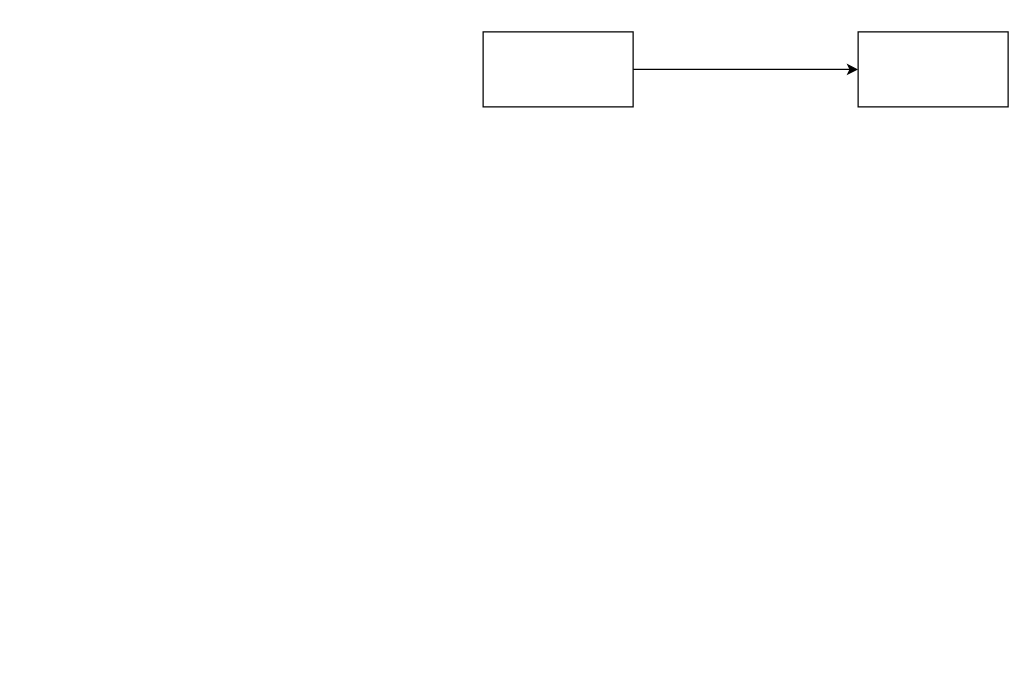
This is test.drawio from gzwine/fashen, a draw.io file, before an edit. Source tidied: cells renumbered, new cells numbered last; positions are measured from the earlier drawing's top-left corner, leaving out a move shared by most shapes. Both pictures are drawn from the tidied source at 125%, with x=0, y=0 at pixel (482, 31). Pictures stored in the file or linked from it are replaced by grey dashed boxes.
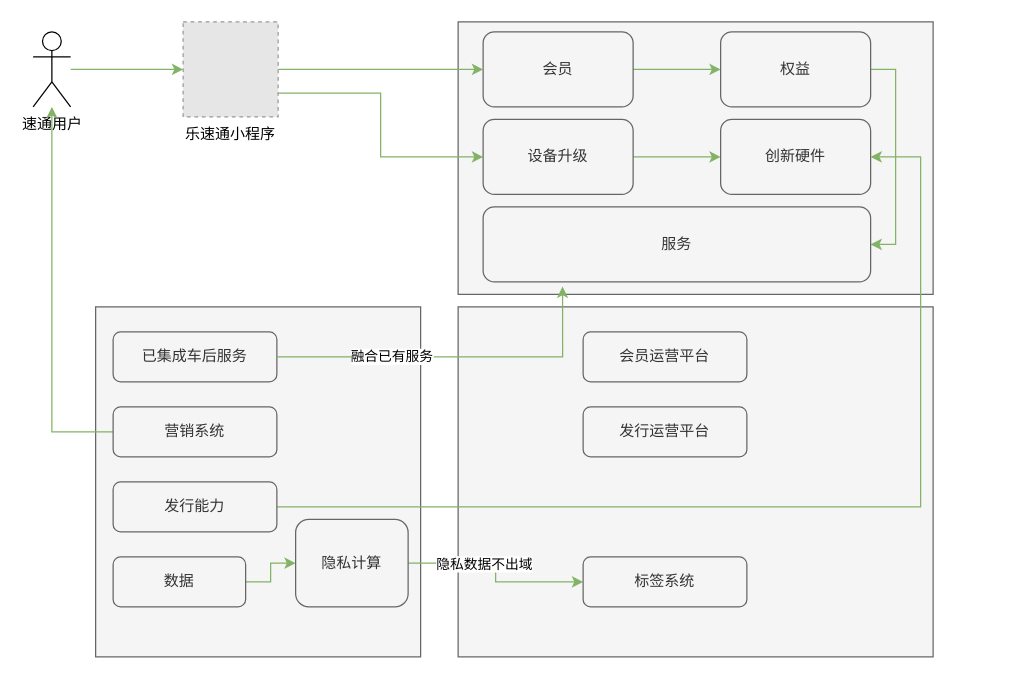
Above is the later version.

The edit, as a diff of the source:
```diff
@@
-    <mxCell id="2" style="edgeStyle=orthogonalEdgeStyle;rounded=0;jettySize=auto;html=1;exitX=1;exitY=0.5;exitDx=0;exitDy=0;entryX=0;entryY=0.5;entryDx=0;entryDy=0;" parent="1" edge="1" source="3" target="4">
-      <mxGeometry relative="1" as="geometry" />
-    </mxCell>
+    <mxCell id="5" style="rounded=0;whiteSpace=wrap;html=1;glass=0;strokeColor=#666666;align=center;verticalAlign=middle;fontFamily=Helvetica;fontSize=11;fontColor=default;labelBackgroundColor=default;fillColor=#f5f5f5;" parent="1" vertex="1">
+      <mxGeometry x="-20" y="-8" width="380" height="218" as="geometry" />
+    </mxCell>
+    <mxCell id="6" style="edgeStyle=orthogonalEdgeStyle;shape=connector;rounded=0;jettySize=auto;html=1;exitX=1;exitY=0.5;exitDx=0;exitDy=0;entryX=0;entryY=0.5;entryDx=0;entryDy=0;strokeColor=#82b366;align=center;verticalAlign=middle;fontFamily=Helvetica;fontSize=11;fontColor=default;labelBackgroundColor=default;endArrow=classic;flowAnimation=1;fillColor=#d5e8d4;" parent="1" edge="1" source="3" target="13">
+      <mxGeometry relative="1" as="geometry" />
+    </mxCell>
-    <mxCell id="3" style="rounded=0;whiteSpace=wrap;html=1;" parent="1" vertex="1">
+    <mxCell id="3" value="会员" style="rounded=1;whiteSpace=wrap;html=1;glass=0;fillColor=#f5f5f5;strokeColor=#666666;fontColor=#333333;" parent="1" vertex="1">
       <mxGeometry width="120" height="60" as="geometry" />
     </mxCell>
-    <mxCell id="4" style="rounded=0;whiteSpace=wrap;html=1;" parent="1" vertex="1">
-      <mxGeometry x="300" width="120" height="60" as="geometry" />
-    </mxCell>
+    <mxCell id="7" style="edgeStyle=orthogonalEdgeStyle;shape=connector;rounded=0;jettySize=auto;html=1;exitX=1;exitY=0.5;exitDx=0;exitDy=0;entryX=0;entryY=0.5;entryDx=0;entryDy=0;strokeColor=#82b366;align=center;verticalAlign=middle;fontFamily=Helvetica;fontSize=11;fontColor=default;labelBackgroundColor=default;endArrow=classic;flowAnimation=1;fillColor=#d5e8d4;" parent="1" edge="1" source="9" target="3">
+      <mxGeometry relative="1" as="geometry" />
+    </mxCell>
+    <mxCell id="8" style="edgeStyle=orthogonalEdgeStyle;shape=connector;rounded=0;jettySize=auto;html=1;exitX=1;exitY=0.75;exitDx=0;exitDy=0;entryX=0;entryY=0.5;entryDx=0;entryDy=0;strokeColor=#82b366;align=center;verticalAlign=middle;fontFamily=Helvetica;fontSize=11;fontColor=default;labelBackgroundColor=default;endArrow=classic;flowAnimation=1;fillColor=#d5e8d4;" parent="1" edge="1" source="9" target="15">
+      <mxGeometry relative="1" as="geometry" />
+    </mxCell>
+    <mxCell id="9" value="乐速通小程序" style="fillColor=#E6E6E6;strokeColor=#999999;dashed=1;verticalLabelPosition=bottom;labelBackgroundColor=default;verticalAlign=top;" parent="1" vertex="1">
+      <mxGeometry x="-240" y="-8" width="76" height="76" as="geometry" />
+    </mxCell>
+    <mxCell id="10" style="edgeStyle=orthogonalEdgeStyle;rounded=0;jettySize=auto;html=1;entryX=0;entryY=0.5;entryDx=0;entryDy=0;flowAnimation=1;fillColor=#d5e8d4;strokeColor=#82b366;" parent="1" edge="1" source="11" target="9">
+      <mxGeometry relative="1" as="geometry" />
+    </mxCell>
+    <mxCell id="11" value="速通用户" style="shape=umlActor;verticalLabelPosition=bottom;verticalAlign=top;html=1;outlineConnect=0;" parent="1" vertex="1">
+      <mxGeometry x="-360" width="30" height="60" as="geometry" />
+    </mxCell>
+    <mxCell id="12" style="edgeStyle=orthogonalEdgeStyle;shape=connector;rounded=0;jettySize=auto;html=1;exitX=1;exitY=0.5;exitDx=0;exitDy=0;entryX=1;entryY=0.5;entryDx=0;entryDy=0;strokeColor=#82b366;align=center;verticalAlign=middle;fontFamily=Helvetica;fontSize=11;fontColor=default;labelBackgroundColor=default;endArrow=classic;flowAnimation=1;fillColor=#d5e8d4;" parent="1" edge="1" source="13" target="17">
+      <mxGeometry relative="1" as="geometry" />
+    </mxCell>
+    <mxCell id="13" value="权益" style="rounded=1;whiteSpace=wrap;html=1;glass=0;fillColor=#f5f5f5;strokeColor=#666666;fontColor=#333333;" parent="1" vertex="1">
+      <mxGeometry x="190" width="120" height="60" as="geometry" />
+    </mxCell>
+    <mxCell id="14" style="edgeStyle=orthogonalEdgeStyle;shape=connector;rounded=0;jettySize=auto;html=1;exitX=1;exitY=0.5;exitDx=0;exitDy=0;entryX=0;entryY=0.5;entryDx=0;entryDy=0;strokeColor=#82b366;align=center;verticalAlign=middle;fontFamily=Helvetica;fontSize=11;fontColor=default;labelBackgroundColor=default;endArrow=classic;flowAnimation=1;fillColor=#d5e8d4;" parent="1" edge="1" source="15" target="16">
+      <mxGeometry relative="1" as="geometry" />
+    </mxCell>
+    <mxCell id="15" value="设备升级" style="rounded=1;whiteSpace=wrap;html=1;glass=0;fillColor=#f5f5f5;strokeColor=#666666;fontColor=#333333;" parent="1" vertex="1">
+      <mxGeometry y="70" width="120" height="60" as="geometry" />
+    </mxCell>
+    <mxCell id="16" value="创新硬件" style="rounded=1;whiteSpace=wrap;html=1;glass=0;fillColor=#f5f5f5;strokeColor=#666666;fontColor=#333333;" parent="1" vertex="1">
+      <mxGeometry x="190" y="70" width="120" height="60" as="geometry" />
+    </mxCell>
+    <mxCell id="17" value="服务" style="rounded=1;whiteSpace=wrap;html=1;glass=0;fillColor=#f5f5f5;strokeColor=#666666;fontColor=#333333;" parent="1" vertex="1">
+      <mxGeometry y="140" width="310" height="60" as="geometry" />
+    </mxCell>
+    <mxCell id="18" style="rounded=0;whiteSpace=wrap;html=1;glass=0;strokeColor=#666666;align=center;verticalAlign=middle;fontFamily=Helvetica;fontSize=11;fontColor=default;labelBackgroundColor=default;fillColor=#f5f5f5;" parent="1" vertex="1">
+      <mxGeometry x="-310" y="220" width="260" height="280" as="geometry" />
+    </mxCell>
+    <mxCell id="19" value="已集成车后服务" style="rounded=1;whiteSpace=wrap;html=1;glass=0;fillColor=#f5f5f5;strokeColor=#666666;fontColor=#333333;" parent="1" vertex="1">
+      <mxGeometry x="-296" y="240" width="131" height="40" as="geometry" />
+    </mxCell>
+    <mxCell id="20" style="rounded=0;whiteSpace=wrap;html=1;glass=0;strokeColor=#666666;align=center;verticalAlign=middle;fontFamily=Helvetica;fontSize=11;fontColor=default;labelBackgroundColor=default;fillColor=#f5f5f5;" parent="1" vertex="1">
+      <mxGeometry x="-20" y="220" width="380" height="280" as="geometry" />
+    </mxCell>
+    <mxCell id="21" style="edgeStyle=orthogonalEdgeStyle;shape=connector;rounded=0;jettySize=auto;html=1;strokeColor=#82b366;align=center;verticalAlign=middle;fontFamily=Helvetica;fontSize=11;fontColor=default;labelBackgroundColor=default;endArrow=classic;flowAnimation=1;fillColor=#d5e8d4;" parent="1" edge="1" source="22" target="11">
+      <mxGeometry relative="1" as="geometry" />
+    </mxCell>
+    <mxCell id="22" value="营销系统" style="rounded=1;whiteSpace=wrap;html=1;glass=0;fillColor=#f5f5f5;strokeColor=#666666;fontColor=#333333;" parent="1" vertex="1">
+      <mxGeometry x="-296" y="300" width="131" height="40" as="geometry" />
+    </mxCell>
+    <mxCell id="23" style="edgeStyle=orthogonalEdgeStyle;shape=connector;rounded=0;jettySize=auto;html=1;entryX=0.205;entryY=1.063;entryDx=0;entryDy=0;entryPerimeter=0;strokeColor=#82b366;align=center;verticalAlign=middle;fontFamily=Helvetica;fontSize=11;fontColor=default;labelBackgroundColor=default;endArrow=classic;flowAnimation=1;fillColor=#d5e8d4;" parent="1" edge="1" source="19" target="17">
+      <mxGeometry relative="1" as="geometry" />
+    </mxCell>
+    <mxCell id="24" value="融合已有服务" style="edgeLabel;html=1;align=center;verticalAlign=middle;rounded=1;glass=0;strokeColor=#666666;fontFamily=Helvetica;fontSize=11;fontColor=default;labelBackgroundColor=default;fillColor=#f5f5f5;" parent="23" vertex="1">
+      <mxGeometry x="-0.36" y="1" relative="1" as="geometry" />
+    </mxCell>
+    <mxCell id="25" style="edgeStyle=orthogonalEdgeStyle;shape=connector;rounded=0;jettySize=auto;html=1;entryX=1;entryY=0.5;entryDx=0;entryDy=0;strokeColor=#82b366;align=center;verticalAlign=middle;fontFamily=Helvetica;fontSize=11;fontColor=default;labelBackgroundColor=default;endArrow=classic;flowAnimation=1;fillColor=#d5e8d4;" parent="1" edge="1" source="26" target="16">
+      <mxGeometry relative="1" as="geometry">
+        <Array as="points">
+          <mxPoint x="350" y="380" />
+          <mxPoint x="350" y="100" />
+        </Array>
+      </mxGeometry>
+    </mxCell>
+    <mxCell id="26" value="发行能力" style="rounded=1;whiteSpace=wrap;html=1;glass=0;fillColor=#f5f5f5;strokeColor=#666666;fontColor=#333333;" parent="1" vertex="1">
+      <mxGeometry x="-296" y="360" width="131" height="40" as="geometry" />
+    </mxCell>
+    <mxCell id="27" style="edgeStyle=orthogonalEdgeStyle;shape=connector;rounded=0;jettySize=auto;html=1;exitX=1;exitY=0.5;exitDx=0;exitDy=0;entryX=0;entryY=0.5;entryDx=0;entryDy=0;strokeColor=#82b366;align=center;verticalAlign=middle;fontFamily=Helvetica;fontSize=11;fontColor=default;labelBackgroundColor=default;endArrow=classic;flowAnimation=1;fillColor=#d5e8d4;" parent="1" edge="1" source="28" target="31">
+      <mxGeometry relative="1" as="geometry" />
+    </mxCell>
+    <mxCell id="28" value="数据" style="rounded=1;whiteSpace=wrap;html=1;glass=0;fillColor=#f5f5f5;strokeColor=#666666;fontColor=#333333;" parent="1" vertex="1">
+      <mxGeometry x="-296" y="420" width="106" height="40" as="geometry" />
+    </mxCell>
+    <mxCell id="29" style="edgeStyle=orthogonalEdgeStyle;shape=connector;rounded=0;jettySize=auto;html=1;exitX=1;exitY=0.5;exitDx=0;exitDy=0;entryX=0;entryY=0.5;entryDx=0;entryDy=0;strokeColor=#82b366;align=center;verticalAlign=middle;fontFamily=Helvetica;fontSize=11;fontColor=default;labelBackgroundColor=default;endArrow=classic;flowAnimation=1;fillColor=#d5e8d4;" parent="1" edge="1" source="31" target="32">
+      <mxGeometry relative="1" as="geometry" />
+    </mxCell>
+    <mxCell id="30" value="隐私数据不出域" style="edgeLabel;html=1;align=center;verticalAlign=middle;rounded=1;glass=0;strokeColor=#666666;fontFamily=Helvetica;fontSize=11;fontColor=default;labelBackgroundColor=default;fillColor=#f5f5f5;" parent="29" vertex="1">
+      <mxGeometry x="-0.64" y="-2" relative="1" as="geometry">
+        <mxPoint x="32" y="-2" as="offset" />
+      </mxGeometry>
+    </mxCell>
+    <mxCell id="31" value="隐私计算" style="rounded=1;whiteSpace=wrap;html=1;glass=0;fillColor=#f5f5f5;strokeColor=#666666;fontColor=#333333;" parent="1" vertex="1">
+      <mxGeometry x="-150" y="390" width="90" height="70" as="geometry" />
+    </mxCell>
+    <mxCell id="32" value="标签系统" style="rounded=1;whiteSpace=wrap;html=1;glass=0;fillColor=#f5f5f5;strokeColor=#666666;fontColor=#333333;" parent="1" vertex="1">
+      <mxGeometry x="80" y="420" width="131" height="40" as="geometry" />
+    </mxCell>
+    <mxCell id="33" value="会员运营平台" style="rounded=1;whiteSpace=wrap;html=1;glass=0;fillColor=#f5f5f5;strokeColor=#666666;fontColor=#333333;" parent="1" vertex="1">
+      <mxGeometry x="80" y="240" width="131" height="40" as="geometry" />
+    </mxCell>
+    <mxCell id="34" value="发行运营平台" style="rounded=1;whiteSpace=wrap;html=1;glass=0;fillColor=#f5f5f5;strokeColor=#666666;fontColor=#333333;" parent="1" vertex="1">
+      <mxGeometry x="80" y="300" width="131" height="40" as="geometry" />
+    </mxCell>
```
